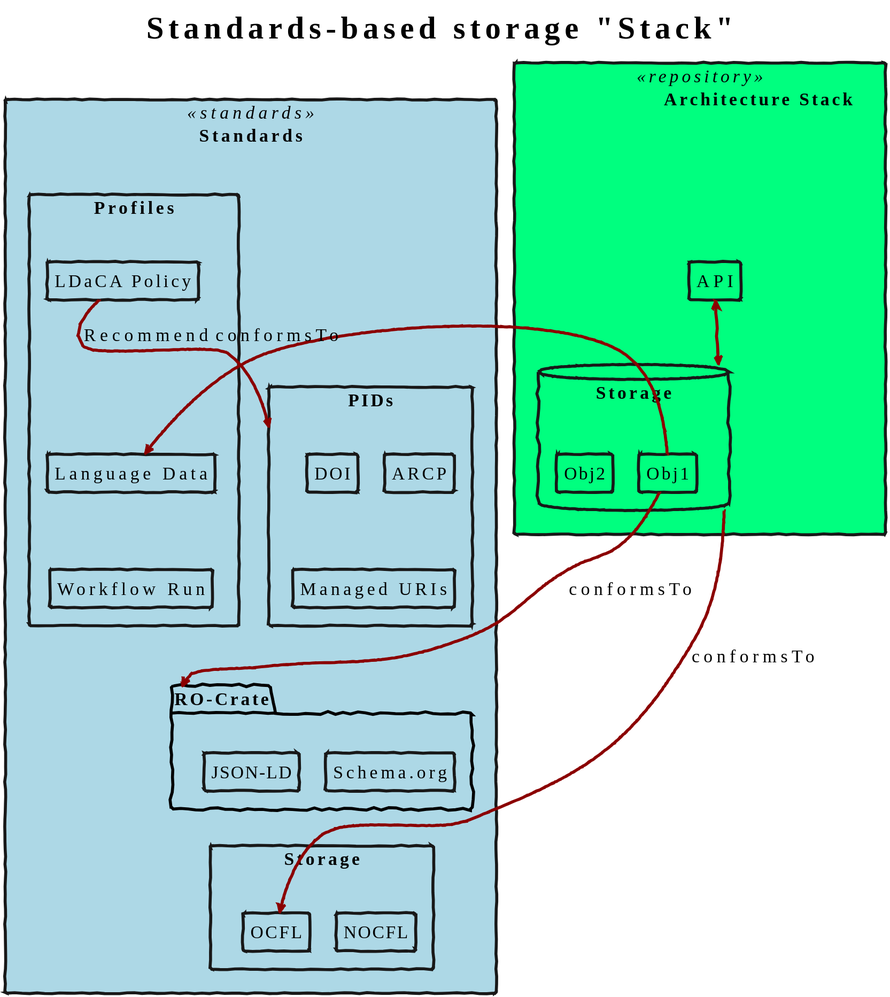
Above: generic/storage-metadata-stack.svg in Language-Research-Technology/plantuml-diagrams (PlantUML), before the change.
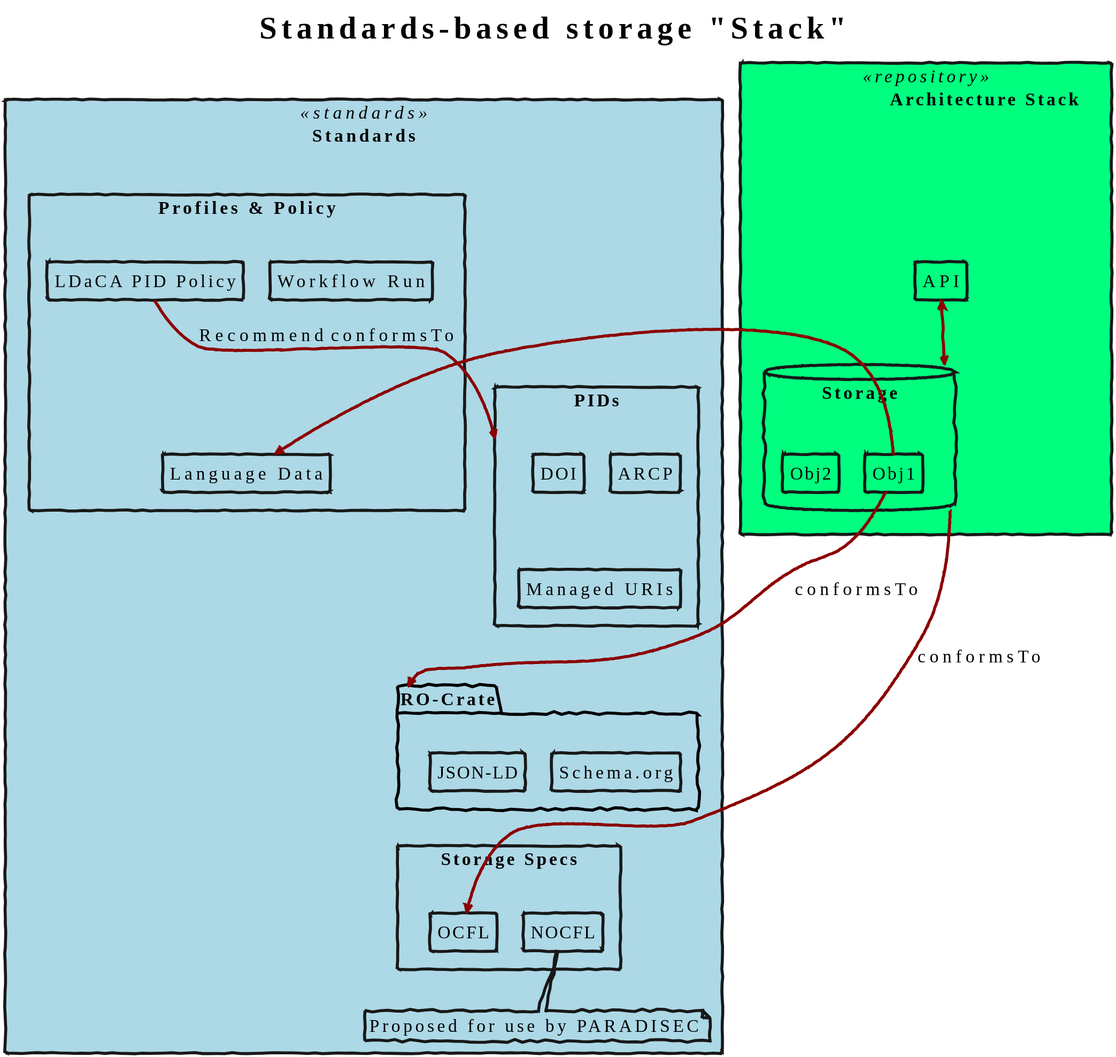
Above is the later version.

What changed in the source:
```diff
@@ -9,15 +9,15 @@
         rectangle "Obj2"
     }
 }
-
 Obj1 -> ldac : conformsTo
 Obj1 -> ro : conformsTo
 stor -> OCFL : conformsTo
 api <-down-> stor
 rectangle Profiles {
-    rectangle "LDaCA Policy" as policy
+    rectangle "LDaCA PID Policy" as policy
     policy -down[hidden]-> ldac
 }
 
 policy --> PIDs : Recommend
+note bottom of NOCFL : Proposed for use by PARADISEC
 @enduml
```
